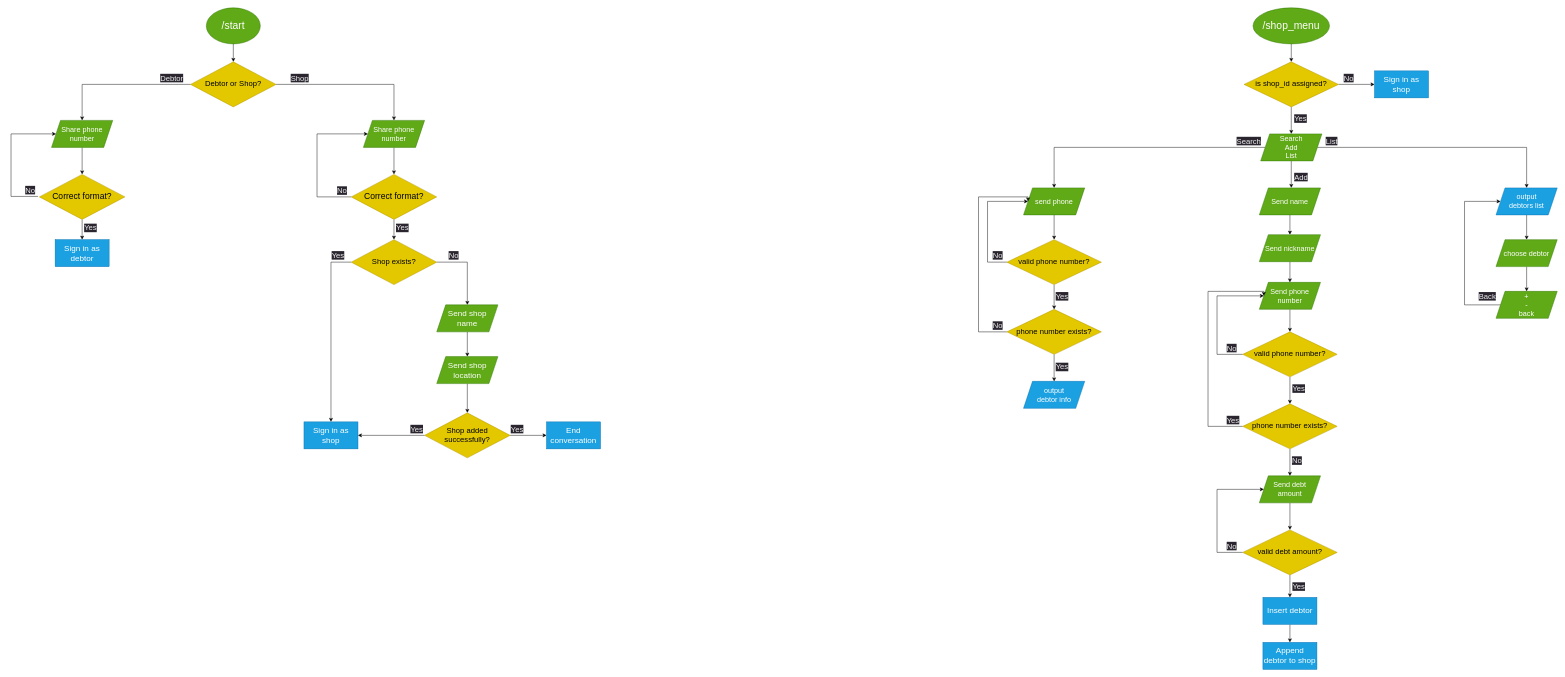
Above: flowchart.drawio in sukhrobyangibaev/qarz_daftar (draw.io), before the change. Source tidied: cells renumbered, new cells numbered last; positions are measured from the earlier drawing's top-left corner, leaving out a move shared by most shapes. Both pictures are drawn from the tidied source at 45%, with x=0, y=0 at pixel (11, 8).
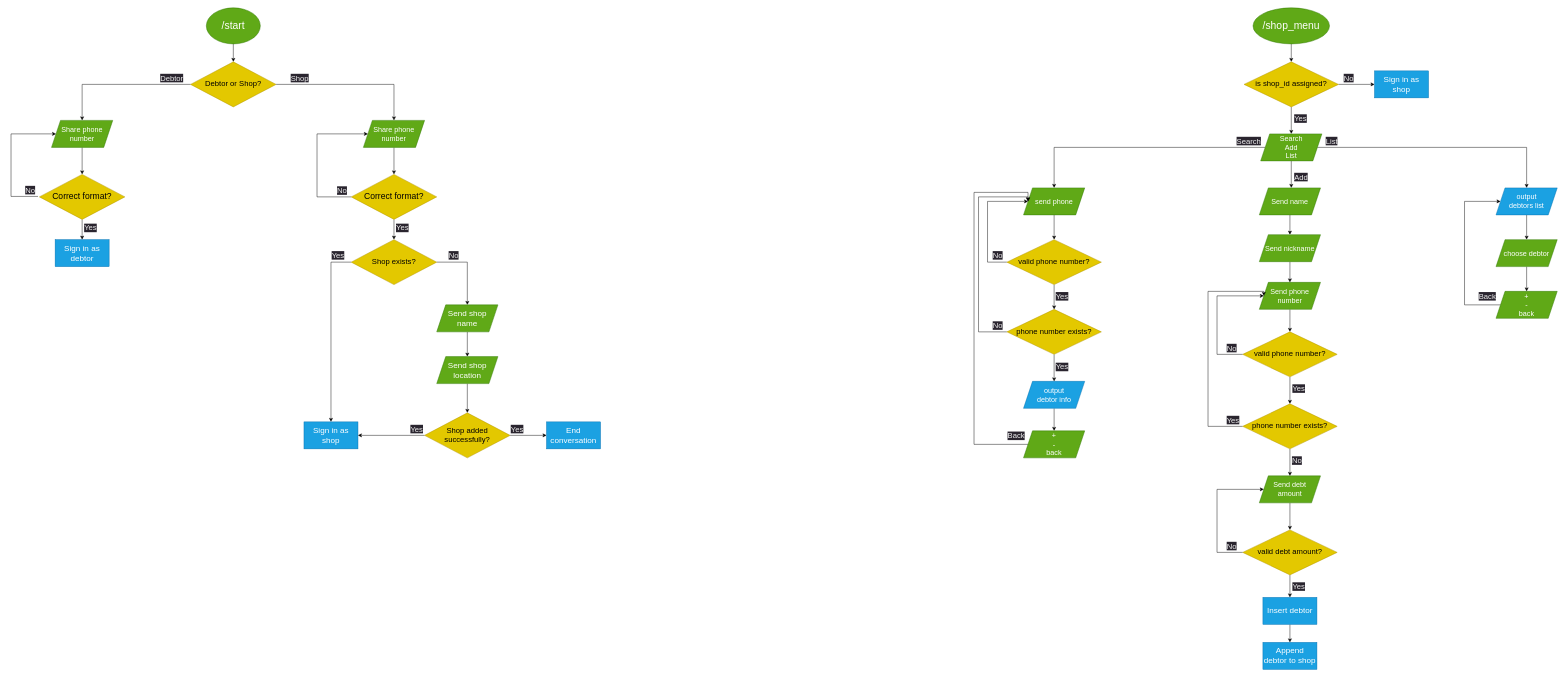
The same diagram, later.

Commit message (it also covers changes not shown here):
add call back queries in search process

The change refers to these unchanged cells:
```xml
<mxCell id="81" value="&lt;font style=&quot;font-size: 16px;&quot;&gt;send phone&lt;br&gt;&lt;/font&gt;" style="shape=parallelogram;perimeter=parallelogramPerimeter;whiteSpace=wrap;html=1;fixedSize=1;fillColor=#60a917;fontColor=#ffffff;strokeColor=#2D7600;" parent="1" vertex="1">
  <mxGeometry x="2250" y="400" width="136" height="60" as="geometry" />
</mxCell>
<mxCell id="82" value="&lt;font style=&quot;font-size: 16px;&quot;&gt;output &lt;br&gt;debtor info&lt;br&gt;&lt;/font&gt;" style="shape=parallelogram;perimeter=parallelogramPerimeter;whiteSpace=wrap;html=1;fixedSize=1;fillColor=#1ba1e2;fontColor=#ffffff;strokeColor=#006EAF;" parent="1" vertex="1">
  <mxGeometry x="2250" y="830" width="136" height="60" as="geometry" />
</mxCell>
```

What changed in the source:
```diff
@@
+    <mxCell id="101" style="edgeStyle=orthogonalEdgeStyle;rounded=0;jettySize=auto;html=1;exitX=0.5;exitY=1;exitDx=0;exitDy=0;entryX=0.5;entryY=0;entryDx=0;entryDy=0;" parent="1" edge="1" source="82" target="103">
+      <mxGeometry relative="1" as="geometry" />
+    </mxCell>
@@
+    <mxCell id="102" style="edgeStyle=orthogonalEdgeStyle;rounded=0;jettySize=auto;html=1;exitX=0;exitY=0.5;exitDx=0;exitDy=0;entryX=0;entryY=0.5;entryDx=0;entryDy=0;" parent="1" edge="1" source="103" target="81">
+      <mxGeometry relative="1" as="geometry">
+        <Array as="points">
+          <mxPoint x="2140" y="970" />
+          <mxPoint x="2140" y="410" />
+          <mxPoint x="2260" y="410" />
+        </Array>
+      </mxGeometry>
+    </mxCell>
+    <mxCell id="103" value="&lt;font style=&quot;font-size: 16px;&quot;&gt;+&lt;br&gt;-&lt;br&gt;back&lt;br&gt;&lt;/font&gt;" style="shape=parallelogram;perimeter=parallelogramPerimeter;whiteSpace=wrap;html=1;fixedSize=1;fillColor=#60a917;fontColor=#ffffff;strokeColor=#2D7600;" parent="1" vertex="1">
+      <mxGeometry x="2250" y="940" width="136" height="60" as="geometry" />
+    </mxCell>
+    <mxCell id="104" value="&lt;span style=&quot;color: rgb(240, 240, 240); font-family: Helvetica; font-size: 17px; font-style: normal; font-variant-ligatures: normal; font-variant-caps: normal; font-weight: 400; letter-spacing: normal; orphans: 2; text-align: center; text-indent: 0px; text-transform: none; widows: 2; word-spacing: 0px; -webkit-text-stroke-width: 0px; background-color: rgb(42, 37, 47); text-decoration-thickness: initial; text-decoration-style: initial; text-decoration-color: initial; float: none; display: inline !important;&quot;&gt;Back&lt;/span&gt;" style="text;whiteSpace=wrap;html=1;" parent="1" vertex="1">
+      <mxGeometry x="2213" y="935" width="60" height="30" as="geometry" />
+    </mxCell>
```
